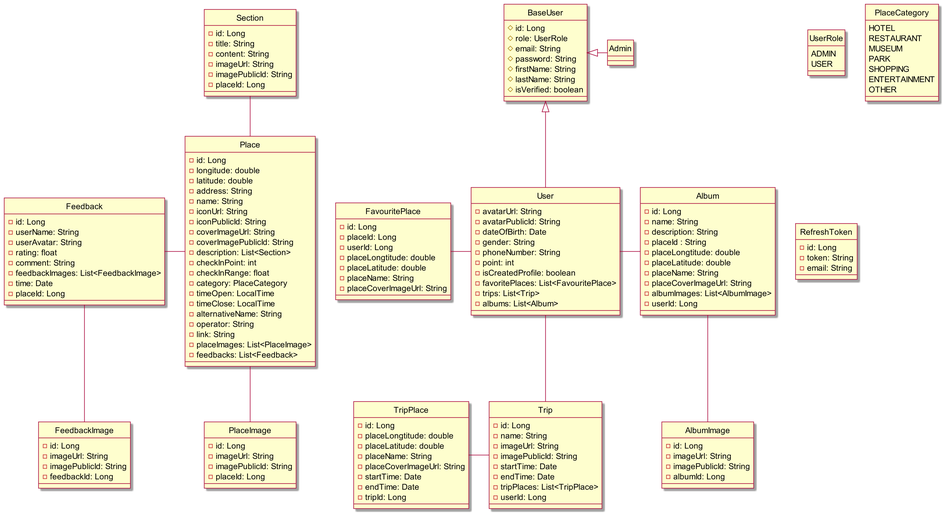
The PlantUML diagram Class/img/ClassDiagram.png in Griselda4774/WanderFun_Diagram, before a commit.
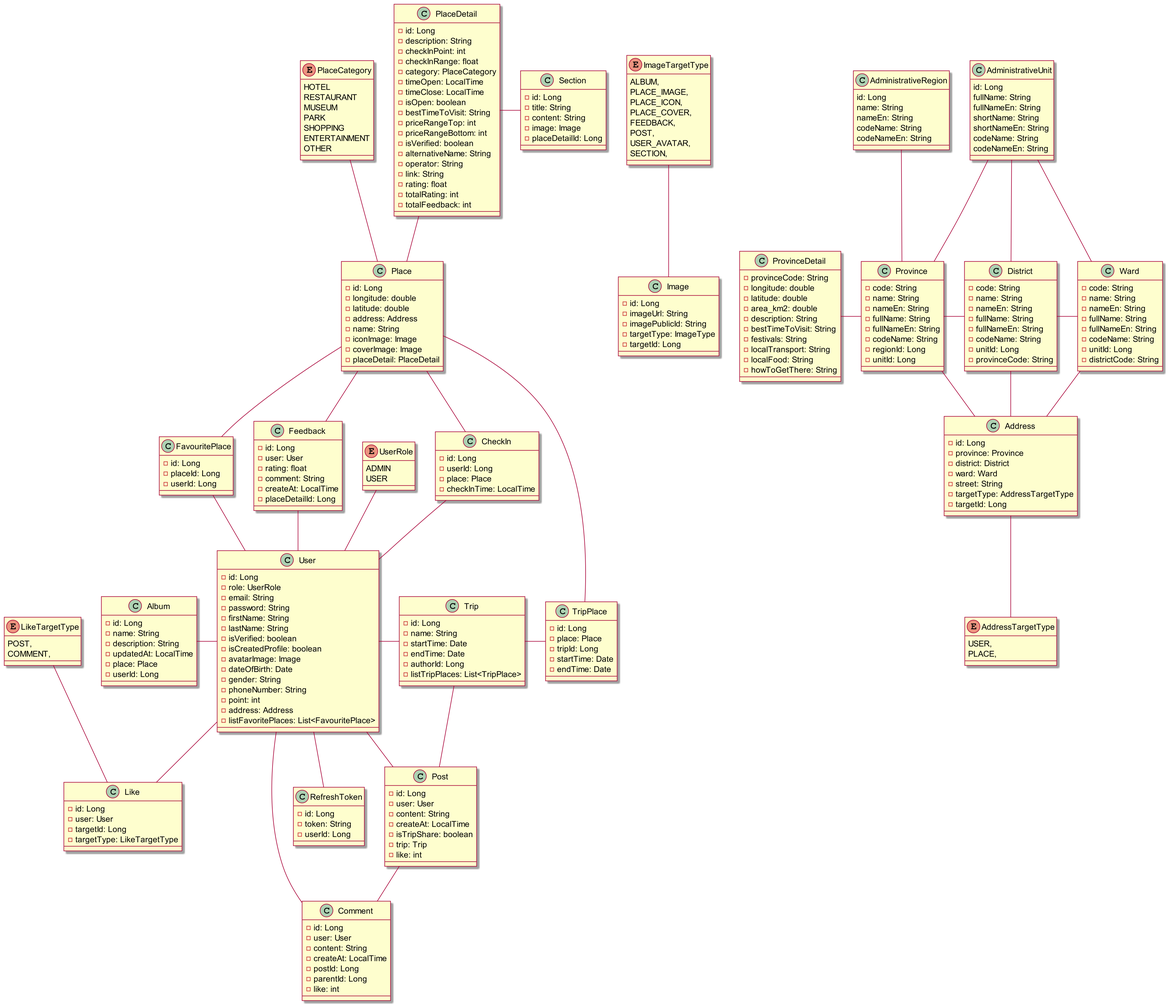
The same file after the commit.

Commit message:
update conceptual and class

Diff of the diagram source:
```diff
@@ -2,142 +2,203 @@
 
 skin rose
 scale 2
-hide circle
+
+class AdministrativeRegion {
+    id: Long
+    name: String
+    nameEn: String
+    codeName: String
+    codeNameEn: String
+
+}
+
+class AdministrativeUnit {
+    id: Long
+    fullName: String
+    fullNameEn: String
+    shortName: String
+    shortNameEn: String
+    codeName: String
+    codeNameEn: String
+}
+
+class Province {
+    - code: String
+    - name: String
+    - nameEn: String
+    - fullName: String
+    - fullNameEn: String
+    - codeName: String
+    - regionId: Long
+    - unitId: Long
+}
+
+class District {
+    - code: String
+    - name: String
+    - nameEn: String
+    - fullName: String
+    - fullNameEn: String
+    - codeName: String
+    - unitId: Long
+    - provinceCode: String
+}
+
+class Ward {
+    - code: String
+    - name: String
+    - nameEn: String
+    - fullName: String
+    - fullNameEn: String
+    - codeName: String
+    - unitId: Long
+    - districtCode: String
+}
+
+class ProvinceDetail {
+    - provinceCode: String
+    - longitude: double
+    - latitude: double
+    - area_km2: double
+    - description: String
+    - bestTimeToVisit: String
+    - festivals: String
+    - localTransport: String
+    - localFood: String
+    - howToGetThere: String
+}
+
+class Address {
+    - id: Long
+    - province: Province
+    - district: District
+    - ward: Ward
+    - street: String
+    - targetType: AddressTargetType
+    - targetId: Long
+}
+
+enum AddressTargetType {
+    USER,
+    PLACE,
+}
+
+class Image {
+    - id: Long
+    - imageUrl: String
+    - imagePublicId: String
+    - targetType: ImageType
+    - targetId: Long
+}
+
+enum ImageTargetType {
+    ALBUM,
+    PLACE_IMAGE,
+    PLACE_ICON,
+    PLACE_COVER,
+    FEEDBACK,
+    POST,
+    USER_AVATAR,
+    SECTION,
+}
 
 class Album {
     - id: Long
     - name: String
     - description: String
-    - placeId : String
-    - placeLongtitude: double
-    - placeLatitude: double
-    - placeName: String
-    - placeCoverImageUrl: String
-    - albumImages: List<AlbumImage>
+    - updatedAt: LocalTime
+    - place: Place
     - userId: Long
 }
 
-class AlbumImage {
+class User {
     - id: Long
-    - imageUrl: String
-    - imagePublicId: String
-    - albumId: Long
-}
-
-class BaseUser {
-    # id: Long
-    # role: UserRole
-    # email: String
-    # password: String
-    # firstName: String
-    # lastName: String
-    # isVerified: boolean
-}
-
-class Admin {
-
-}
-
-class User {
-    - avatarUrl: String
-    - avatarPublicId: String
+    - role: UserRole
+    - email: String
+    - password: String
+    - firstName: String
+    - lastName: String
+    - isVerified: boolean
+    - isCreatedProfile: boolean
+    - avatarImage: Image
     - dateOfBirth: Date
     - gender: String
     - phoneNumber: String
     - point: int
-    - isCreatedProfile: boolean
-    - favoritePlaces: List<FavouritePlace>
-    - trips: List<Trip>
-    - albums: List<Album>
+    - address: Address
+    - listFavoritePlaces: List<FavouritePlace>
 }
 
 class Place {
     - id: Long
     - longitude: double
     - latitude: double
-    - address: String
+    - address: Address
     - name: String
-    - iconUrl: String
-    - iconPublicId: String
-    - coverImageUrl: String
-    - coverImagePublicId: String
-    - description: List<Section>
+    - iconImage: Image
+    - coverImage: Image
+    - placeDetail: PlaceDetail
+}
+
+class PlaceDetail {
+    - id: Long
+    - description: String
     - checkInPoint: int
     - checkInRange: float
     - category: PlaceCategory
     - timeOpen: LocalTime
     - timeClose: LocalTime
+    - isOpen: boolean
+    - bestTimeToVisit: String
+    - priceRangeTop: int
+    - priceRangeBottom: int
+    - isVerified: boolean
     - alternativeName: String
     - operator: String
     - link: String
-    - placeImages: List<PlaceImage>
-    - feedbacks: List<Feedback>
-}
-
-class PlaceImage {
-    - id: Long
-    - imageUrl: String
-    - imagePublicId: String
-    - placeId: Long
+    - rating: float
+    - totalRating: int
+    - totalFeedback: int
 }
 
 class Feedback {
     - id: Long
-    - userName: String
-    - userAvatar: String
+    - user: User
     - rating: float
     - comment: String
-    - feedbackImages: List<FeedbackImage>
-    - time: Date
-    - placeId: Long
-}
-
-class FeedbackImage {
-    - id: Long
-    - imageUrl: String
-    - imagePublicId: String
-    - feedbackId: Long
+    - createAt: LocalTime
+    - placeDetailId: Long
 }
 
 class Section {
     - id: Long
     - title: String
     - content: String
-    - imageUrl: String
-    - imagePublicId: String
-    - placeId: Long
+    - image: Image
+    - placeDetailId: Long
 }
 
 class FavouritePlace {
     - id: Long
     - placeId: Long
     - userId: Long
-    - placeLongtitude: double
-    - placeLatitude: double
-    - placeName: String
-    - placeCoverImageUrl: String
 }
 
 class Trip {
     - id: Long
     - name: String
-    - imageUrl: String
-    - imagePublicId: String
     - startTime: Date
     - endTime: Date
-    - tripPlaces: List<TripPlace>
-    - userId: Long
+    - authorId: Long
+    - listTripPlaces: List<TripPlace>
 }
 
 class TripPlace {
     - id: Long
-    - placeLongtitude: double
-    - placeLatitude: double
-    - placeName: String
-    - placeCoverImageUrl: String
+    - place: Place
+    - tripId: Long
     - startTime: Date
     - endTime: Date
-    - tripId: Long
 }
 
 enum UserRole {
@@ -158,19 +219,94 @@
 class RefreshToken {
     - id: Long
     - token: String
-    - email: String
+    - userId: Long
 }
 
-BaseUser <|-right- Admin
-BaseUser <|-down- User
-Place -left- Feedback
-Feedback -down- FeedbackImage
-User -down- Trip
-User -left- FavouritePlace
-Trip -left- TripPlace
-User -right- Album
-Album -down- AlbumImage
-Place -up- Section
-Place -down- PlaceImage
+class Post {
+    - id: Long
+    - user: User
+    - content: String
+    - createAt: LocalTime
+    - isTripShare: boolean
+    - trip: Trip
+    - like: int
+}
+
+class Comment {
+    - id: Long
+    - user: User
+    - content: String
+    - createAt: LocalTime
+    - postId: Long
+    - parentId: Long
+    - like: int
+}
+
+class Like {
+    - id: Long
+    - user: User
+    - targetId: Long
+    - targetType: LikeTargetType
+}
+
+enum LikeTargetType {
+    POST,
+    COMMENT,
+}
+
+class CheckIn {
+    - id: Long
+    - userId: Long
+    - place: Place
+    - checkInTime: LocalTime
+}
+
+User -right- Trip
+User -left- Album
+User -up- FavouritePlace
+User -down- RefreshToken
+User -down- Post
+User -down- Comment
+User -up- CheckIn
+User -down- Like
+User -up- UserRole
+
+
+Trip -right- TripPlace
+
+Place -down- Feedback
+Place -up- PlaceDetail
+Place -up- PlaceCategory
+Place -down- FavouritePlace
+Place -down- CheckIn
+Place -down- TripPlace
+
+PlaceDetail -right- Section
+
+
+Feedback -right- User
+
+Province -up- AdministrativeUnit
+Province -up- AdministrativeRegion
+Province -left- ProvinceDetail
+
+District -up- AdministrativeUnit
+District -left- Province
+
+Ward -up- AdministrativeUnit
+Ward -left- District
+
+Post -down- Comment
+Post -up- Trip
+
+
+Address -up- Province
+Address -up- District
+Address -up- Ward
+Address -down- AddressTargetType
+
+Image -up- ImageTargetType
+
+Like -up- LikeTargetType
 
 @enduml
```
